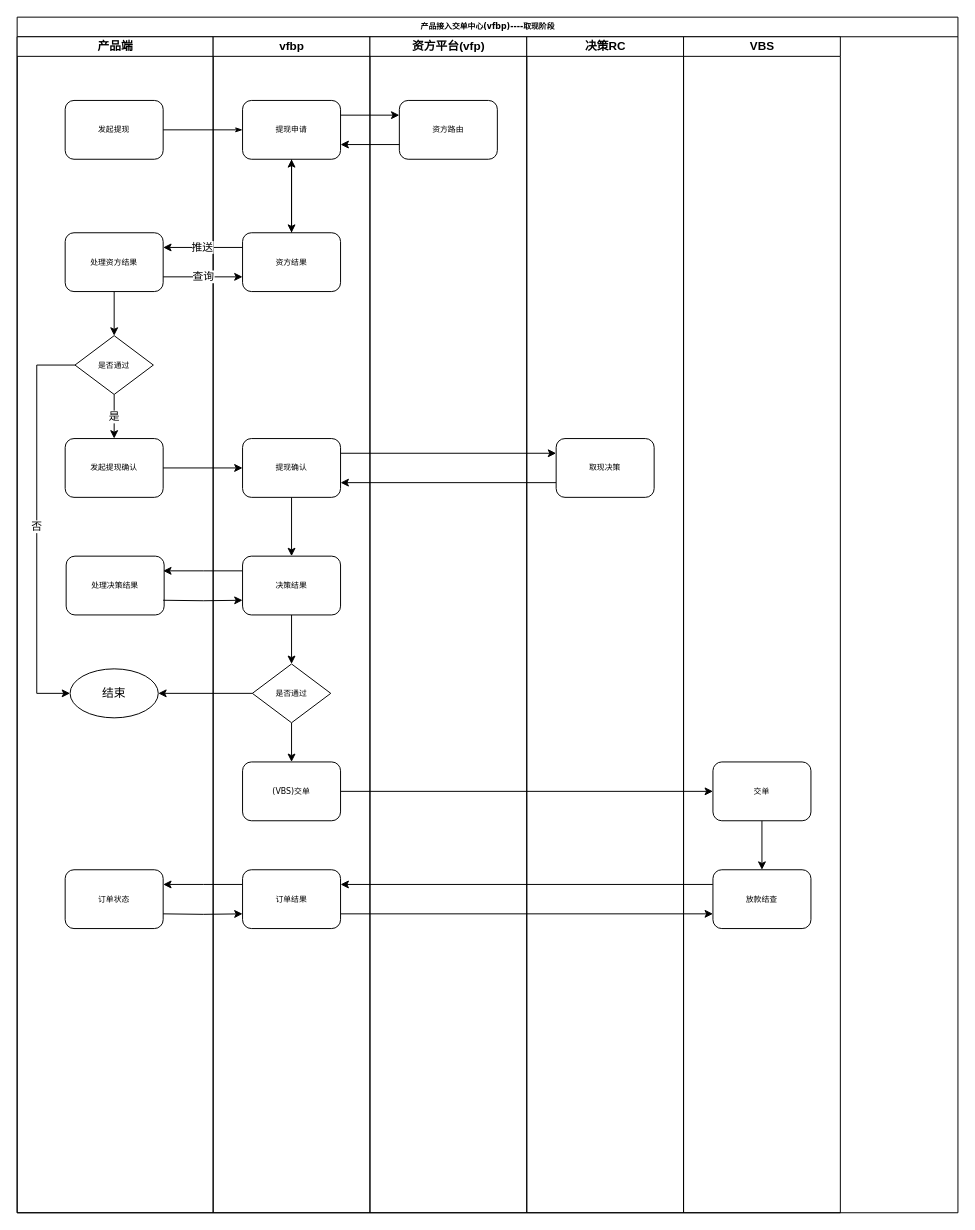
lixyu/draw keeps this draw.io diagram as 产品接vfbp----取现.drawio. Above is the earlier version. Source tidied: cells renumbered, new cells numbered last; positions are measured from the earlier drawing's top-left corner, leaving out a move shared by most shapes. Both pictures are drawn from the tidied source at 98%, with x=0, y=0 at pixel (17, 17).
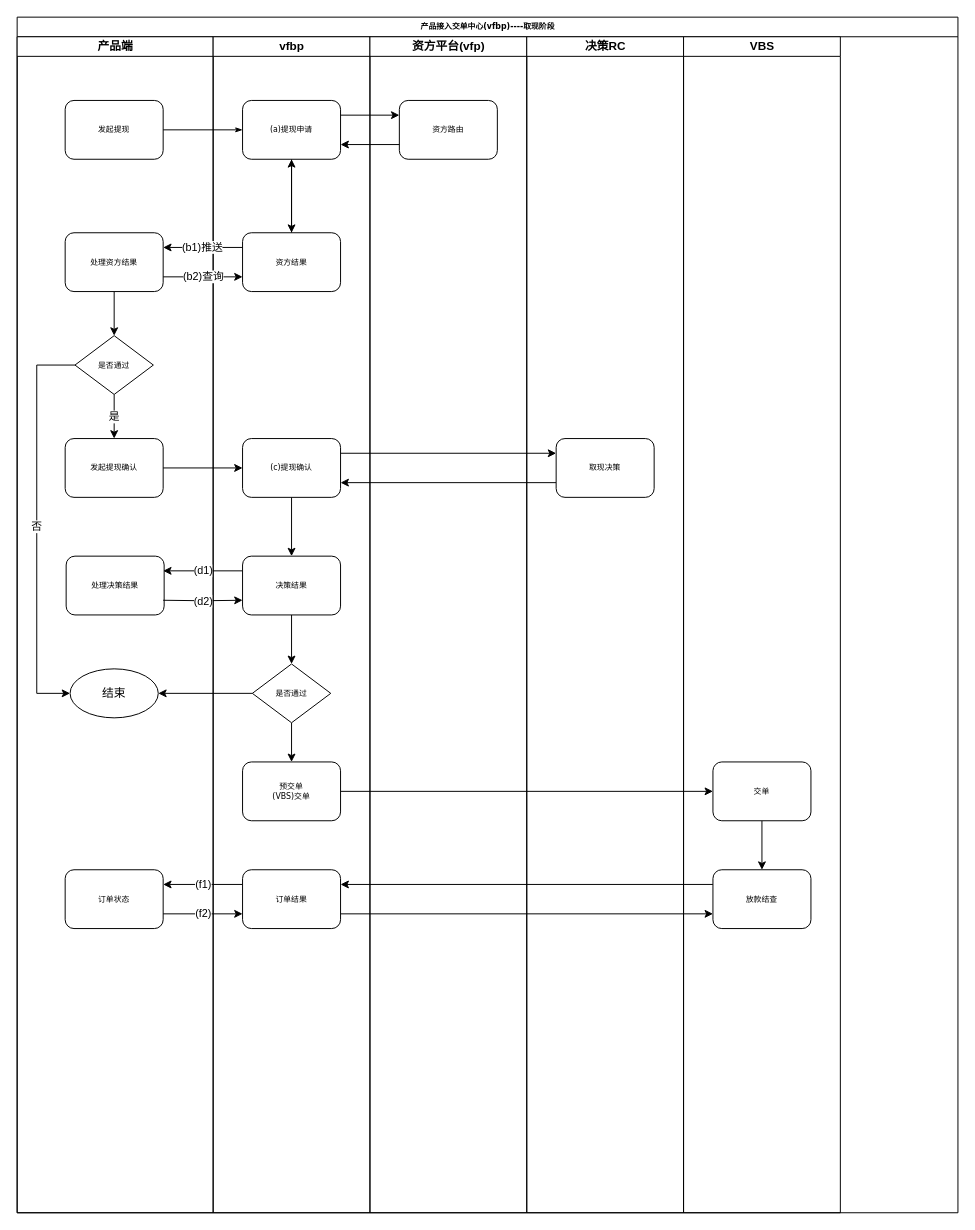
After the change.

Commit message:
Update 产品接vfbp----取现.drawio

Unchanged cells that the change refers to:
```xml
<mxCell id="2" value="产品接入交单中心(vfbp)----取现阶段" style="swimlane;html=1;startSize=20;rounded=0;shadow=0;labelBackgroundColor=none;strokeWidth=1;fontFamily=Verdana;fontSize=8;align=center;" parent="1" vertex="1">
  <mxGeometry width="960" height="1220" as="geometry" />
</mxCell>
<mxCell id="6" value="处理资方结果" style="rounded=1;whiteSpace=wrap;html=1;shadow=0;labelBackgroundColor=none;strokeWidth=1;fontFamily=Verdana;fontSize=8;align=center;" parent="3" vertex="1">
  <mxGeometry x="49" y="200" width="100" height="60" as="geometry" />
</mxCell>
<mxCell id="23" value="vfbp" style="swimlane;html=1;startSize=20;" parent="2" vertex="1">
  <mxGeometry x="200" y="20" width="160" height="1200" as="geometry" />
</mxCell>
<mxCell id="27" value="资方结果" style="rounded=1;whiteSpace=wrap;html=1;shadow=0;labelBackgroundColor=none;strokeWidth=1;fontFamily=Verdana;fontSize=8;align=center;" parent="23" vertex="1">
  <mxGeometry x="30" y="200" width="100" height="60" as="geometry" />
</mxCell>
<mxCell id="31" value="决策结果" style="rounded=1;whiteSpace=wrap;html=1;shadow=0;labelBackgroundColor=none;strokeWidth=1;fontFamily=Verdana;fontSize=8;align=center;" parent="23" vertex="1">
  <mxGeometry x="30" y="530" width="100" height="60" as="geometry" />
</mxCell>
<mxCell id="35" value="订单结果" style="rounded=1;whiteSpace=wrap;html=1;shadow=0;labelBackgroundColor=none;strokeWidth=1;fontFamily=Verdana;fontSize=8;align=center;" parent="23" vertex="1">
  <mxGeometry x="30" y="850" width="100" height="60" as="geometry" />
</mxCell>
```

What changed in the source:
```diff
@@
-    <mxCell id="15" style="edgeStyle=orthogonalEdgeStyle;rounded=0;jettySize=auto;html=1;exitX=0;exitY=0.25;exitDx=0;exitDy=0;entryX=1;entryY=0.25;entryDx=0;entryDy=0;" parent="2" edge="1" source="31">
+    <mxCell id="15" value="(d1)" style="edgeStyle=orthogonalEdgeStyle;rounded=0;jettySize=auto;html=1;exitX=0;exitY=0.25;exitDx=0;exitDy=0;entryX=1;entryY=0.25;entryDx=0;entryDy=0;" parent="2" edge="1" source="31">
       <mxGeometry relative="1" as="geometry">
         <mxPoint x="149" y="565" as="targetPoint" />
       </mxGeometry>
     </mxCell>
-    <mxCell id="16" style="edgeStyle=orthogonalEdgeStyle;rounded=0;jettySize=auto;html=1;exitX=1;exitY=0.75;exitDx=0;exitDy=0;entryX=0;entryY=0.75;entryDx=0;entryDy=0;" parent="2" edge="1" target="31">
+    <mxCell id="16" value="(d2)" style="edgeStyle=orthogonalEdgeStyle;rounded=0;jettySize=auto;html=1;exitX=1;exitY=0.75;exitDx=0;exitDy=0;entryX=0;entryY=0.75;entryDx=0;entryDy=0;" parent="2" edge="1" target="31">
       <mxGeometry relative="1" as="geometry">
         <mxPoint x="149" y="595" as="sourcePoint" />
       </mxGeometry>
     </mxCell>
@@
-    <mxCell id="20" style="edgeStyle=orthogonalEdgeStyle;rounded=0;jettySize=auto;html=1;exitX=0;exitY=0.25;exitDx=0;exitDy=0;entryX=1;entryY=0.25;entryDx=0;entryDy=0;" parent="2" edge="1" source="35">
+    <mxCell id="20" value="(f1)" style="edgeStyle=orthogonalEdgeStyle;rounded=0;jettySize=auto;html=1;exitX=0;exitY=0.25;exitDx=0;exitDy=0;entryX=1;entryY=0.25;entryDx=0;entryDy=0;" parent="2" edge="1" source="35">
       <mxGeometry relative="1" as="geometry">
         <mxPoint x="149" y="885" as="targetPoint" />
       </mxGeometry>
     </mxCell>
-    <mxCell id="21" style="edgeStyle=orthogonalEdgeStyle;rounded=0;jettySize=auto;html=1;exitX=1;exitY=0.75;exitDx=0;exitDy=0;entryX=0;entryY=0.75;entryDx=0;entryDy=0;" parent="2" edge="1" target="35">
+    <mxCell id="21" value="(f2)" style="edgeStyle=orthogonalEdgeStyle;rounded=0;jettySize=auto;html=1;exitX=1;exitY=0.75;exitDx=0;exitDy=0;entryX=0;entryY=0.75;entryDx=0;entryDy=0;" parent="2" edge="1" target="35">
       <mxGeometry relative="1" as="geometry">
         <mxPoint x="149" y="915" as="sourcePoint" />
+        <Array as="points">
+          <mxPoint x="190" y="915" />
+          <mxPoint x="190" y="915" />
+        </Array>
       </mxGeometry>
     </mxCell>
@@
-    <mxCell id="25" value="提现申请" style="rounded=1;whiteSpace=wrap;html=1;shadow=0;labelBackgroundColor=none;strokeWidth=1;fontFamily=Verdana;fontSize=8;align=center;" parent="23" vertex="1">
+    <mxCell id="25" value="(a)提现申请" style="rounded=1;whiteSpace=wrap;html=1;shadow=0;labelBackgroundColor=none;strokeWidth=1;fontFamily=Verdana;fontSize=8;align=center;" parent="23" vertex="1">
       <mxGeometry x="30" y="65" width="100" height="60" as="geometry" />
     </mxCell>
@@
-    <mxCell id="29" value="提现确认" style="rounded=1;whiteSpace=wrap;html=1;shadow=0;labelBackgroundColor=none;strokeWidth=1;fontFamily=Verdana;fontSize=8;align=center;" parent="23" vertex="1">
+    <mxCell id="29" value="(c)提现确认" style="rounded=1;whiteSpace=wrap;html=1;shadow=0;labelBackgroundColor=none;strokeWidth=1;fontFamily=Verdana;fontSize=8;align=center;" parent="23" vertex="1">
       <mxGeometry x="30" y="410" width="100" height="60" as="geometry" />
     </mxCell>
@@
-    <mxCell id="32" value="(VBS)交单" style="rounded=1;whiteSpace=wrap;html=1;shadow=0;labelBackgroundColor=none;strokeWidth=1;fontFamily=Verdana;fontSize=8;align=center;" parent="23" vertex="1">
+    <mxCell id="32" value="预交单&lt;br&gt;(VBS)交单" style="rounded=1;whiteSpace=wrap;html=1;shadow=0;labelBackgroundColor=none;strokeWidth=1;fontFamily=Verdana;fontSize=8;align=center;" parent="23" vertex="1">
       <mxGeometry x="30" y="740" width="100" height="60" as="geometry" />
     </mxCell>
@@
-    <mxCell id="48" value="推送" style="edgeStyle=orthogonalEdgeStyle;rounded=0;jettySize=auto;html=1;exitX=0;exitY=0.25;exitDx=0;exitDy=0;entryX=1;entryY=0.25;entryDx=0;entryDy=0;" parent="2" edge="1" source="27" target="6">
+    <mxCell id="48" value="(b1)推送" style="edgeStyle=orthogonalEdgeStyle;rounded=0;jettySize=auto;html=1;exitX=0;exitY=0.25;exitDx=0;exitDy=0;entryX=1;entryY=0.25;entryDx=0;entryDy=0;" parent="2" edge="1" source="27" target="6">
       <mxGeometry relative="1" as="geometry" />
     </mxCell>
-    <mxCell id="49" value="查询" style="edgeStyle=orthogonalEdgeStyle;rounded=0;jettySize=auto;html=1;exitX=1;exitY=0.75;exitDx=0;exitDy=0;entryX=0;entryY=0.75;entryDx=0;entryDy=0;" parent="2" edge="1" source="6" target="27">
+    <mxCell id="49" value="(b2)查询" style="edgeStyle=orthogonalEdgeStyle;rounded=0;jettySize=auto;html=1;exitX=1;exitY=0.75;exitDx=0;exitDy=0;entryX=0;entryY=0.75;entryDx=0;entryDy=0;" parent="2" edge="1" source="6" target="27">
       <mxGeometry relative="1" as="geometry" />
     </mxCell>
```
